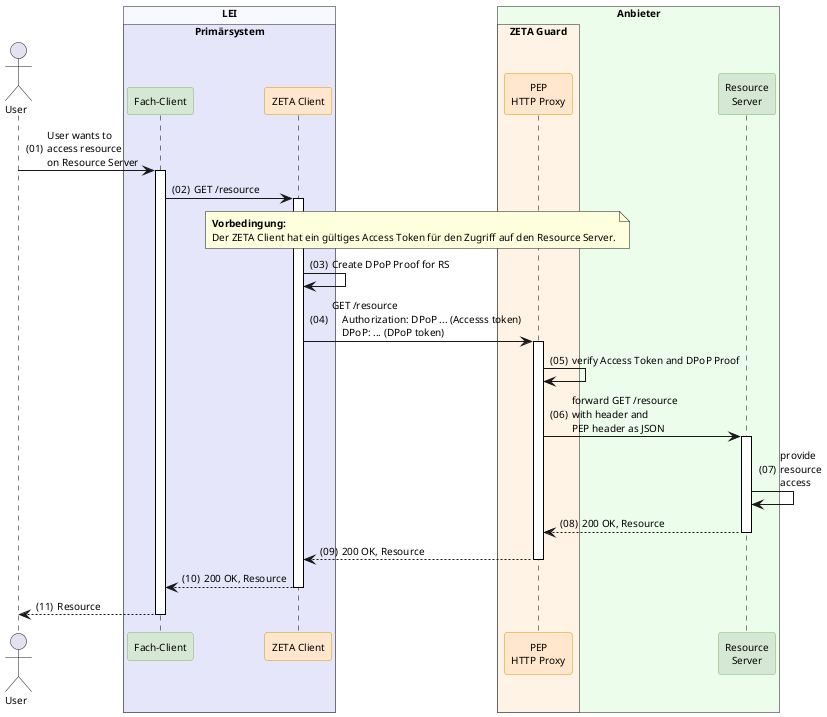
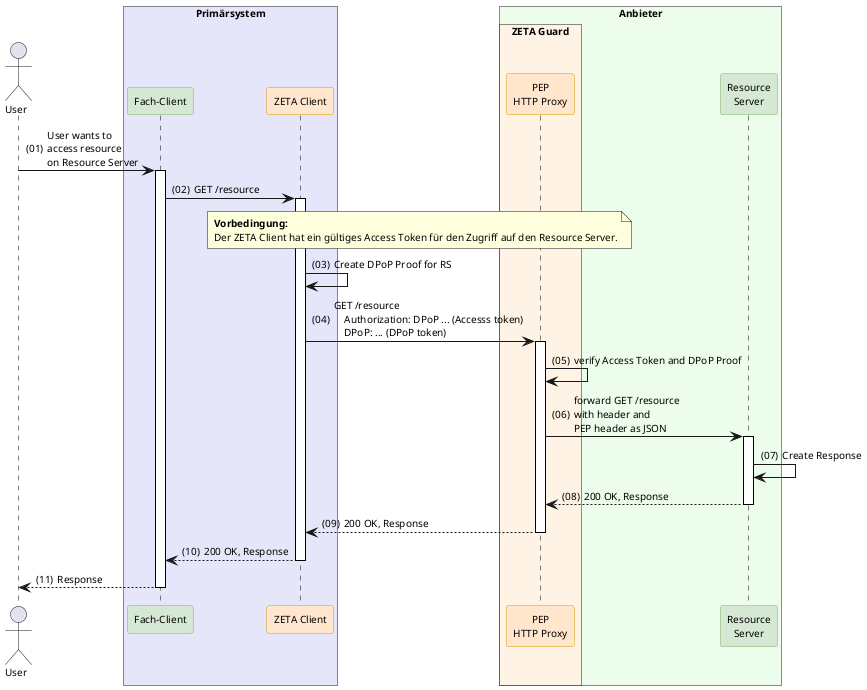
@startuml "tpm-attestation-and-token-exchange-overview"
autonumber "(00)"
skinparam defaultFontSize 10
skinparam defaultFontName Helvetica
skinparam DefaultMonospacedFontName Courier
skinparam lengthAdjust none
skinparam sequenceReferenceBackgroundColor White
skinparam SequenceReferenceFontSize 12
skinparam sequenceMessageAlign left
hide stereotype

' Box colors
!define ZETA_GUARD_COLOR #FFF3E5
!define LEI_COLOR #GhostWhite
!define LEI_COMPONENT_COLOR #E4E4F4
!define PRIMAERSYSTEM_COLOR #Lavender
!define PROVIDER_COLOR #EDFDEC

' Participant colors
<style>
sequenceDiagram {
  participant {
    .zeta {
      BackgroundColor #FFE6CC
      LineColor #D79B00
    }
    .provider {
      BackgroundColor #D5E8D4
      LineColor #82B366
    }
  }
  lifeline {
    BackgroundColor White
    LineColor Black
  }
}
</style>

!pragma teoz true

Actor User
- box "LEI" LEI_COLOR
-   box "Primärsystem" PRIMAERSYSTEM_COLOR
-     participant FC as "Fach-Client" <<provider>>
-     participant Client as "ZETA Client" <<zeta>>
-   end box
+ box "Primärsystem" PRIMAERSYSTEM_COLOR
+   participant FC as "Fach-Client" <<provider>>
+   participant Client as "ZETA Client" <<zeta>>
end box

box "Anbieter" PROVIDER_COLOR
  box "ZETA Guard" ZETA_GUARD_COLOR
    participant HP as "PEP\nHTTP Proxy" <<zeta>>
  end box
  participant RS as "Resource\nServer" <<provider>>
end box

User -> FC ++ : User wants to\naccess resource\non Resource Server
FC -> Client ++ : GET /resource

note over Client, HP: **Vorbedingung:**\nDer ZETA Client hat ein gültiges Access Token für den Zugriff auf den Resource Server.

Client -> Client: Create DPoP Proof for RS

Client -> HP++: GET /resource\n\
    Authorization: DPoP ... (Accesss token)\n\
    DPoP: ... (DPoP token)
HP -> HP: verify Access Token and DPoP Proof
HP -> RS ++ : forward GET /resource\n\
with header and\nPEP header as JSON
- RS -> RS: provide\nresource\naccess
- RS --> HP -- : 200 OK, Resource
- HP --> Client -- : 200 OK, Resource
+ RS -> RS: Create Response
+ RS --> HP -- : 200 OK, Response
+ HP --> Client -- : 200 OK, Response

- Client --> FC -- : 200 OK, Resource
- FC --> User -- : Resource
+ Client --> FC -- : 200 OK, Response
+ FC --> User -- : Response

@enduml